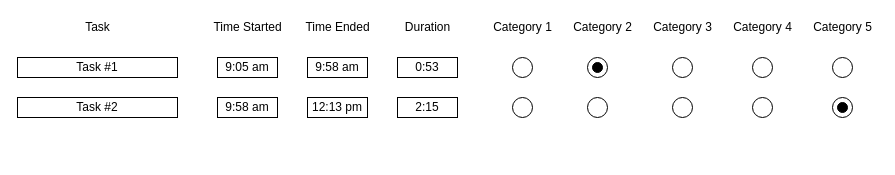
The draw.io diagram Diagrams/UI-MyTime.drawio in sbivins94/MyTime, before the edit. Source tidied: cells renumbered, new cells numbered last; positions are measured from the earlier drawing's top-left corner, leaving out a move shared by most shapes. Both pictures are drawn from the tidied source at 100%, with x=0, y=0 at pixel (17, 17).
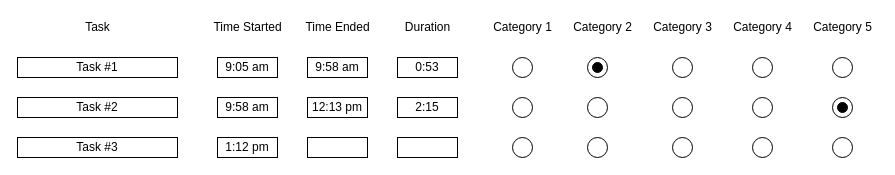
The same diagram, later.

Change to the diagram source:
```diff
@@
+    <mxCell id="31" value="Task #3" style="rounded=0;whiteSpace=wrap;html=1;" parent="1" vertex="1">
+      <mxGeometry y="120" width="160" height="20" as="geometry" />
+    </mxCell>
+    <mxCell id="32" value="1:12 pm" style="rounded=0;whiteSpace=wrap;html=1;" parent="1" vertex="1">
+      <mxGeometry x="200" y="120" width="60" height="20" as="geometry" />
+    </mxCell>
+    <mxCell id="33" style="rounded=0;whiteSpace=wrap;html=1;" parent="1" vertex="1">
+      <mxGeometry x="290" y="120" width="60" height="20" as="geometry" />
+    </mxCell>
+    <mxCell id="34" style="rounded=0;whiteSpace=wrap;html=1;" parent="1" vertex="1">
+      <mxGeometry x="380" y="120" width="60" height="20" as="geometry" />
+    </mxCell>
+    <mxCell id="35" style="ellipse;whiteSpace=wrap;html=1;" parent="1" vertex="1">
+      <mxGeometry x="495" y="120" width="20" height="20" as="geometry" />
+    </mxCell>
+    <mxCell id="36" style="ellipse;whiteSpace=wrap;html=1;" parent="1" vertex="1">
+      <mxGeometry x="655" y="120" width="20" height="20" as="geometry" />
+    </mxCell>
+    <mxCell id="37" style="ellipse;whiteSpace=wrap;html=1;" parent="1" vertex="1">
+      <mxGeometry x="570" y="120" width="20" height="20" as="geometry" />
+    </mxCell>
+    <mxCell id="38" style="ellipse;whiteSpace=wrap;html=1;" parent="1" vertex="1">
+      <mxGeometry x="735" y="120" width="20" height="20" as="geometry" />
+    </mxCell>
+    <mxCell id="39" style="ellipse;whiteSpace=wrap;html=1;" parent="1" vertex="1">
+      <mxGeometry x="815" y="120" width="20" height="20" as="geometry" />
+    </mxCell>
```
